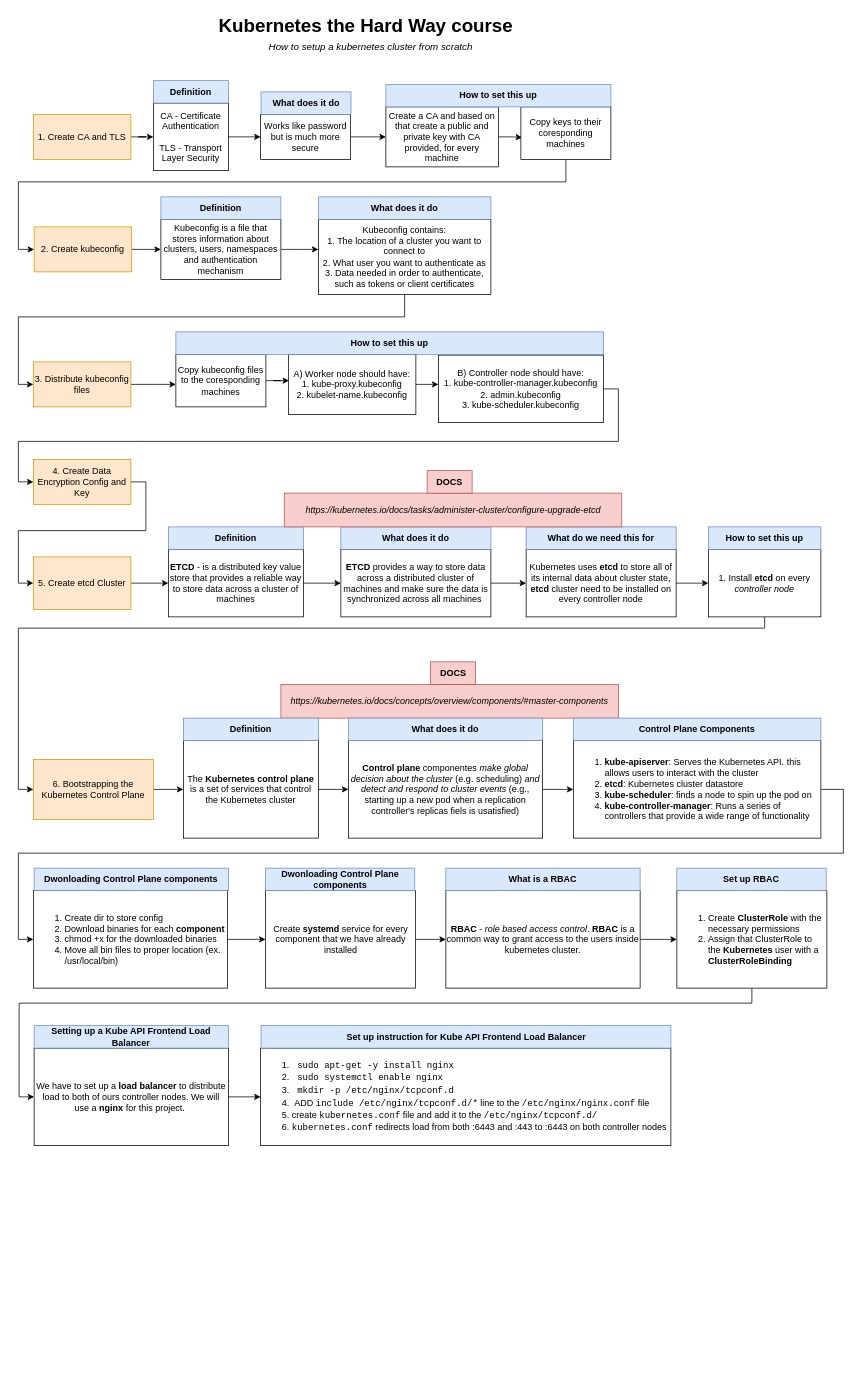
Earlier version of the draw.io diagram KTHW.drawio (JanKaczmarski/diagrams). Source tidied: cells renumbered, new cells numbered last; positions are measured from the earlier drawing's top-left corner, leaving out a move shared by most shapes. Both pictures are drawn from the tidied source at 75%, with x=0, y=0 at pixel (18, 13).
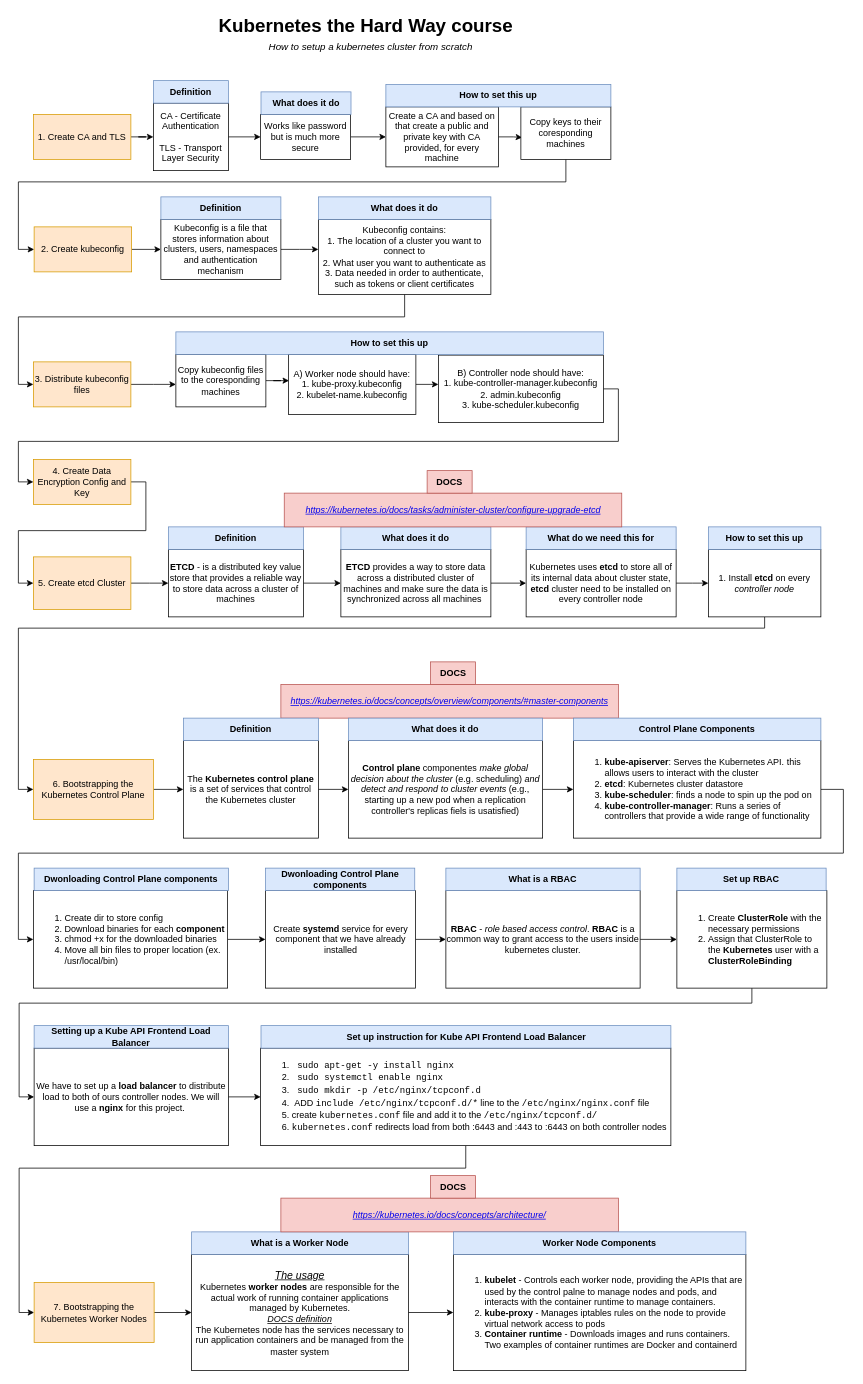
After the change.

Diff of the diagram source:
```diff
@@
-    <mxCell id="48" value="&lt;i&gt;https://kubernetes.io/docs/tasks/administer-cluster/configure-upgrade-etcd&lt;/i&gt;" style="text;html=1;strokeColor=#b85450;fillColor=#f8cecc;align=center;verticalAlign=middle;whiteSpace=wrap;rounded=0;" parent="1" vertex="1">
+    <mxCell id="48" value="&lt;i&gt;&lt;a href=&quot;https://kubernetes.io/docs/tasks/administer-cluster/configure-upgrade-etcd&quot;&gt;https://kubernetes.io/docs/tasks/administer-cluster/configure-upgrade-etcd&lt;/a&gt;&lt;/i&gt;" style="text;html=1;strokeColor=#b85450;fillColor=#f8cecc;align=center;verticalAlign=middle;whiteSpace=wrap;rounded=0;" parent="1" vertex="1">
       <mxGeometry x="354.5" y="640" width="450" height="45" as="geometry" />
     </mxCell>
@@
-    <mxCell id="56" value="&lt;i&gt;https://kubernetes.io/docs/concepts/overview/components/#master-components&lt;/i&gt;" style="text;html=1;strokeColor=#b85450;fillColor=#f8cecc;align=center;verticalAlign=middle;whiteSpace=wrap;rounded=0;" parent="1" vertex="1">
+    <mxCell id="56" value="&lt;i&gt;&lt;a href=&quot;https://kubernetes.io/docs/concepts/overview/components/#master-components&quot;&gt;https://kubernetes.io/docs/concepts/overview/components/#master-components&lt;/a&gt;&lt;/i&gt;" style="text;html=1;strokeColor=#b85450;fillColor=#f8cecc;align=center;verticalAlign=middle;whiteSpace=wrap;rounded=0;" parent="1" vertex="1">
       <mxGeometry x="350" y="895" width="450" height="45" as="geometry" />
     </mxCell>
@@
+    <mxCell id="82" style="edgeStyle=orthogonalEdgeStyle;rounded=0;jettySize=auto;html=1;entryX=0;entryY=0.5;entryDx=0;entryDy=0;" parent="1" edge="1" source="80" target="84">
+      <mxGeometry relative="1" as="geometry">
+        <Array as="points">
+          <mxPoint x="597" y="1540" />
+          <mxPoint x="1" y="1540" />
+          <mxPoint x="1" y="1733" />
+        </Array>
+      </mxGeometry>
+    </mxCell>
-    <mxCell id="80" value="&lt;div style=&quot;&quot;&gt;&lt;ol style=&quot;line-height: 130%;&quot;&gt;&lt;li&gt;&lt;font face=&quot;Courier New&quot;&gt;&amp;nbsp;sudo apt-get -y install nginx&lt;/font&gt;&lt;/li&gt;&lt;li&gt;&lt;font face=&quot;Courier New&quot;&gt;&amp;nbsp;sudo systemctl enable nginx&lt;/font&gt;&lt;/li&gt;&lt;li&gt;&lt;font face=&quot;Courier New&quot;&gt;&amp;nbsp;mkdir -p /etc/nginx/tcpconf.d&lt;/font&gt;&lt;/li&gt;&lt;li&gt;&amp;nbsp;ADD &lt;font face=&quot;Courier New&quot;&gt;include /etc/nginx/tcpconf.d/*&lt;/font&gt; line to the &lt;font face=&quot;Courier New&quot;&gt;/etc/nginx/nginx.conf&lt;/font&gt; file&lt;/li&gt;&lt;li&gt;create &lt;font face=&quot;Courier New&quot;&gt;kubernetes.conf&lt;/font&gt;&amp;nbsp;file and add it to the &lt;font face=&quot;Courier New&quot;&gt;/etc/nginx/tcpconf.d/&lt;/font&gt;&lt;/li&gt;&lt;li&gt;&lt;font face=&quot;Courier New&quot;&gt;kubernetes.conf&lt;/font&gt; redirects load from both :6443 and :443 to :6443 on both controller nodes&lt;/li&gt;&lt;/ol&gt;&lt;/div&gt;" style="rounded=0;whiteSpace=wrap;html=1;align=left;" parent="1" vertex="1">
+    <mxCell id="80" value="&lt;div style=&quot;&quot;&gt;&lt;ol style=&quot;line-height: 130%;&quot;&gt;&lt;li&gt;&lt;font face=&quot;Courier New&quot;&gt;&amp;nbsp;sudo apt-get -y install nginx&lt;/font&gt;&lt;/li&gt;&lt;li&gt;&lt;font face=&quot;Courier New&quot;&gt;&amp;nbsp;sudo systemctl enable nginx&lt;/font&gt;&lt;/li&gt;&lt;li&gt;&lt;font face=&quot;Courier New&quot;&gt;&amp;nbsp;sudo mkdir -p /etc/nginx/tcpconf.d&lt;/font&gt;&lt;/li&gt;&lt;li&gt;&amp;nbsp;ADD &lt;font face=&quot;Courier New&quot;&gt;include /etc/nginx/tcpconf.d/*&lt;/font&gt; line to the &lt;font face=&quot;Courier New&quot;&gt;/etc/nginx/nginx.conf&lt;/font&gt; file&lt;/li&gt;&lt;li&gt;create &lt;font face=&quot;Courier New&quot;&gt;kubernetes.conf&lt;/font&gt;&amp;nbsp;file and add it to the &lt;font face=&quot;Courier New&quot;&gt;/etc/nginx/tcpconf.d/&lt;/font&gt;&lt;/li&gt;&lt;li&gt;&lt;font face=&quot;Courier New&quot;&gt;kubernetes.conf&lt;/font&gt; redirects load from both :6443 and :443 to :6443 on both controller nodes&lt;/li&gt;&lt;/ol&gt;&lt;/div&gt;" style="rounded=0;whiteSpace=wrap;html=1;align=left;" parent="1" vertex="1">
       <mxGeometry x="323" y="1380" width="547" height="130" as="geometry" />
     </mxCell>
@@
+    <mxCell id="83" style="edgeStyle=orthogonalEdgeStyle;rounded=0;jettySize=auto;html=1;" parent="1" edge="1" source="84" target="86">
+      <mxGeometry relative="1" as="geometry" />
+    </mxCell>
+    <mxCell id="84" value="7. Bootstrapping the Kubernetes Worker Nodes" style="rounded=0;whiteSpace=wrap;html=1;fillColor=#ffe6cc;strokeColor=#d79b00;" parent="1" vertex="1">
+      <mxGeometry x="21" y="1692.5" width="160" height="80" as="geometry" />
+    </mxCell>
+    <mxCell id="85" style="edgeStyle=orthogonalEdgeStyle;rounded=0;jettySize=auto;html=1;" parent="1" edge="1" source="86" target="90">
+      <mxGeometry relative="1" as="geometry" />
+    </mxCell>
+    <mxCell id="86" value="&lt;div style=&quot;&quot;&gt;&lt;i&gt;&lt;font style=&quot;font-size: 14px;&quot;&gt;&lt;u&gt;The usage&lt;/u&gt;&lt;/font&gt;&lt;/i&gt;&lt;/div&gt;&lt;div style=&quot;&quot;&gt;Kubernetes &lt;b&gt;worker nodes&lt;/b&gt; are responsible for the actual work of running container applications managed by Kubernetes.&lt;/div&gt;&lt;div style=&quot;&quot;&gt;&lt;i&gt;&lt;u&gt;DOCS definition&lt;/u&gt;&lt;/i&gt;&lt;/div&gt;&lt;div style=&quot;&quot;&gt;The Kubernetes node has the services necessary to run application containers and be managed from the master system&lt;/div&gt;" style="rounded=0;whiteSpace=wrap;html=1;align=center;" parent="1" vertex="1">
+      <mxGeometry x="231" y="1655" width="289" height="155" as="geometry" />
+    </mxCell>
+    <mxCell id="87" value="&lt;b style=&quot;border-color: var(--border-color);&quot;&gt;What is a Worker Node&lt;/b&gt;" style="text;html=1;strokeColor=#6c8ebf;fillColor=#dae8fc;align=center;verticalAlign=middle;whiteSpace=wrap;rounded=0;" parent="1" vertex="1">
+      <mxGeometry x="231" y="1625" width="289" height="30" as="geometry" />
+    </mxCell>
+    <mxCell id="88" value="&lt;i&gt;&lt;a href=&quot;https://kubernetes.io/docs/concepts/architecture/&quot;&gt;https://kubernetes.io/docs/concepts/architecture/&lt;/a&gt;&lt;/i&gt;" style="text;html=1;strokeColor=#b85450;fillColor=#f8cecc;align=center;verticalAlign=middle;whiteSpace=wrap;rounded=0;" parent="1" vertex="1">
+      <mxGeometry x="350" y="1580" width="450" height="45" as="geometry" />
+    </mxCell>
+    <mxCell id="89" value="&lt;b style=&quot;border-color: var(--border-color);&quot;&gt;DOCS&lt;/b&gt;" style="text;html=1;strokeColor=#b85450;fillColor=#f8cecc;align=center;verticalAlign=middle;whiteSpace=wrap;rounded=0;" parent="1" vertex="1">
+      <mxGeometry x="549.5" y="1550" width="60" height="30" as="geometry" />
+    </mxCell>
+    <mxCell id="90" value="&lt;ol&gt;&lt;li&gt;&lt;b&gt;kubelet &lt;/b&gt;- Controls each worker node, providing the APIs that are used by the control palne to manage nodes and pods, and interacts with the container runtime to manage containers.&lt;/li&gt;&lt;li&gt;&lt;b&gt;kube-proxy &lt;/b&gt;- Manages iptables rules on the node to provide virtual network access to pods&lt;/li&gt;&lt;li&gt;&lt;b&gt;Container runtime&lt;/b&gt;&amp;nbsp;- Downloads images and runs containers. Two examples of container runtimes are Docker and containerd&lt;/li&gt;&lt;/ol&gt;" style="rounded=0;whiteSpace=wrap;html=1;align=left;" parent="1" vertex="1">
+      <mxGeometry x="580" y="1655" width="390" height="155" as="geometry" />
+    </mxCell>
+    <mxCell id="91" value="&lt;b&gt;Worker Node Components&lt;/b&gt;" style="text;html=1;strokeColor=#6c8ebf;fillColor=#dae8fc;align=center;verticalAlign=middle;whiteSpace=wrap;rounded=0;" parent="1" vertex="1">
+      <mxGeometry x="580" y="1625" width="390" height="30" as="geometry" />
+    </mxCell>
```
